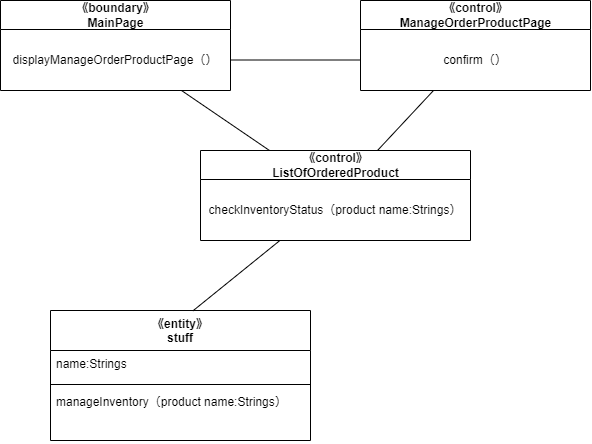
Above: psp4/設計モデルのクラス/設計モデルクラス図_発注仕込み.drawio.png in MasakiHiguchi/--- (draw.io), before the change. Source tidied: cells renumbered, new cells last; positions are measured from the earlier drawing's top-left corner, leaving out a move shared by most shapes.
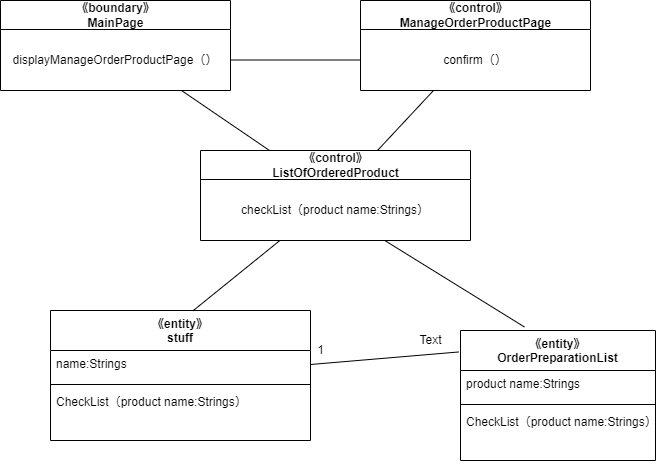
After the change.

The edit, as a diff of the source:
```diff
@@ -2,6 +2,9 @@
   <root>
     <mxCell id="0" />
     <mxCell id="1" parent="0" />
+    <mxCell id="16" style="edgeStyle=none;html=1;entryX=-0.008;entryY=0.165;entryDx=0;entryDy=0;entryPerimeter=0;endArrow=none;endFill=0;" parent="1" edge="1" source="2" target="17">
+      <mxGeometry relative="1" as="geometry" />
+    </mxCell>
     <mxCell id="2" value="《entity》&#10;stuff" style="swimlane;fontStyle=1;align=center;verticalAlign=top;horizontal=1;startSize=40;" parent="1" vertex="1">
       <mxGeometry x="50" y="310" width="260" height="130" as="geometry" />
     </mxCell>
@@ -11,7 +14,7 @@
     <mxCell id="4" style="line;strokeWidth=1;fillColor=none;align=left;verticalAlign=middle;spacingTop=-1;spacingLeft=3;spacingRight=3;labelPosition=right;strokeColor=inherit;" parent="2" vertex="1">
       <mxGeometry y="70" width="260" height="8" as="geometry" />
     </mxCell>
-    <mxCell id="5" value="manageInventory（product name:Strings）" style="text;strokeColor=none;fillColor=none;align=left;verticalAlign=top;spacingLeft=4;spacingRight=4;overflow=hidden;" parent="2" vertex="1">
+    <mxCell id="5" value="CheckList（product name:Strings）" style="text;strokeColor=none;fillColor=none;align=left;verticalAlign=top;spacingLeft=4;spacingRight=4;overflow=hidden;" parent="2" vertex="1">
       <mxGeometry y="78" width="260" height="52" as="geometry" />
     </mxCell>
     <mxCell id="6" style="edgeStyle=none;html=1;entryX=0.547;entryY=0.004;entryDx=0;entryDy=0;entryPerimeter=0;endArrow=none;endFill=0;" parent="1" edge="1" source="7" target="2">
@@ -20,7 +23,7 @@
     <mxCell id="7" value="《control》&lt;br&gt;ListOfOrderedProduct" style="swimlane;fontStyle=1;align=center;verticalAlign=middle;horizontal=1;startSize=29;html=1;" parent="1" vertex="1">
       <mxGeometry x="200" y="150" width="270" height="90" as="geometry" />
     </mxCell>
-    <mxCell id="8" value="checkInventoryStatus（product name:Strings）" style="text;html=1;strokeColor=none;fillColor=none;align=center;verticalAlign=middle;spacingLeft=4;spacingRight=4;overflow=hidden;points=[[0,0.5],[1,0.5]];portConstraint=eastwest;" parent="7" vertex="1">
+    <mxCell id="8" value="checkList（product name:Strings）" style="text;html=1;strokeColor=none;fillColor=none;align=center;verticalAlign=middle;spacingLeft=4;spacingRight=4;overflow=hidden;points=[[0,0.5],[1,0.5]];portConstraint=eastwest;" parent="7" vertex="1">
       <mxGeometry y="29" width="270" height="61" as="geometry" />
     </mxCell>
     <mxCell id="9" style="edgeStyle=none;html=1;endArrow=none;endFill=0;" parent="1" edge="1" source="10" target="7">
@@ -44,5 +47,26 @@
     <mxCell id="15" style="edgeStyle=none;html=1;entryX=0;entryY=0.5;entryDx=0;entryDy=0;endArrow=none;endFill=0;" parent="1" edge="1" source="11" target="14">
       <mxGeometry relative="1" as="geometry" />
     </mxCell>
+    <mxCell id="17" value="《entity》&#10;OrderPreparationList" style="swimlane;fontStyle=1;align=center;verticalAlign=top;horizontal=1;startSize=40;" parent="1" vertex="1">
+      <mxGeometry x="460" y="330" width="195" height="130" as="geometry" />
+    </mxCell>
+    <mxCell id="18" value="product name:Strings" style="text;strokeColor=none;fillColor=none;align=left;verticalAlign=top;spacingLeft=4;spacingRight=4;overflow=hidden;" parent="17" vertex="1">
+      <mxGeometry y="40" width="195" height="30" as="geometry" />
+    </mxCell>
+    <mxCell id="19" style="line;strokeWidth=1;fillColor=none;align=left;verticalAlign=middle;spacingTop=-1;spacingLeft=3;spacingRight=3;labelPosition=right;strokeColor=inherit;" parent="17" vertex="1">
+      <mxGeometry y="70" width="195" height="8" as="geometry" />
+    </mxCell>
+    <mxCell id="20" value="CheckList（product name:Strings）" style="text;strokeColor=none;fillColor=none;align=left;verticalAlign=top;spacingLeft=4;spacingRight=4;overflow=hidden;" parent="17" vertex="1">
+      <mxGeometry y="78" width="195" height="52" as="geometry" />
+    </mxCell>
+    <mxCell id="21" style="edgeStyle=none;html=1;entryX=0.328;entryY=-0.027;entryDx=0;entryDy=0;entryPerimeter=0;endArrow=none;endFill=0;" parent="1" edge="1" source="8" target="17">
+      <mxGeometry relative="1" as="geometry" />
+    </mxCell>
+    <mxCell id="22" value="1" style="text;html=1;align=center;verticalAlign=middle;strokeColor=none;fillColor=none;" parent="1" vertex="1">
+      <mxGeometry x="305" y="335" width="30" height="30" as="geometry" />
+    </mxCell>
+    <mxCell id="23" value="Text" style="text;html=1;align=center;verticalAlign=middle;strokeColor=none;fillColor=none;" parent="1" vertex="1">
+      <mxGeometry x="405" y="325" width="50" height="30" as="geometry" />
+    </mxCell>
   </root>
 </mxGraphModel>
```
